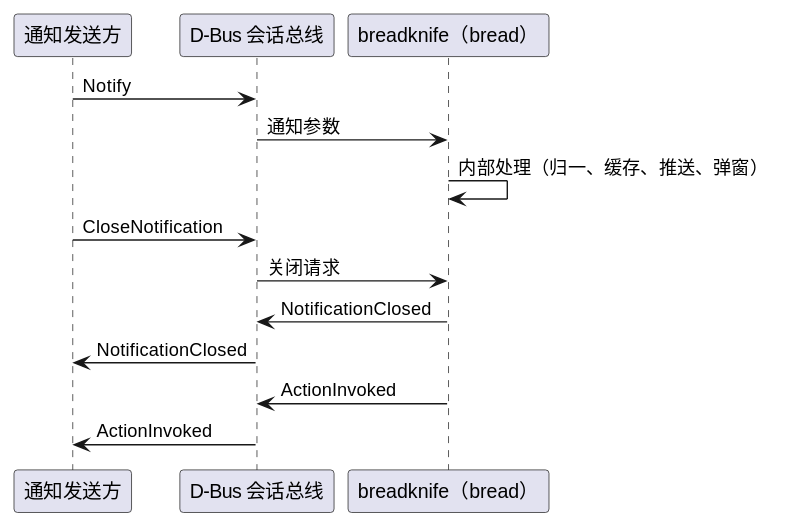
Before: diagram/breadknife-notification.svg, a diagram exported from PlantUML (54m43lJ/BreadKnife).
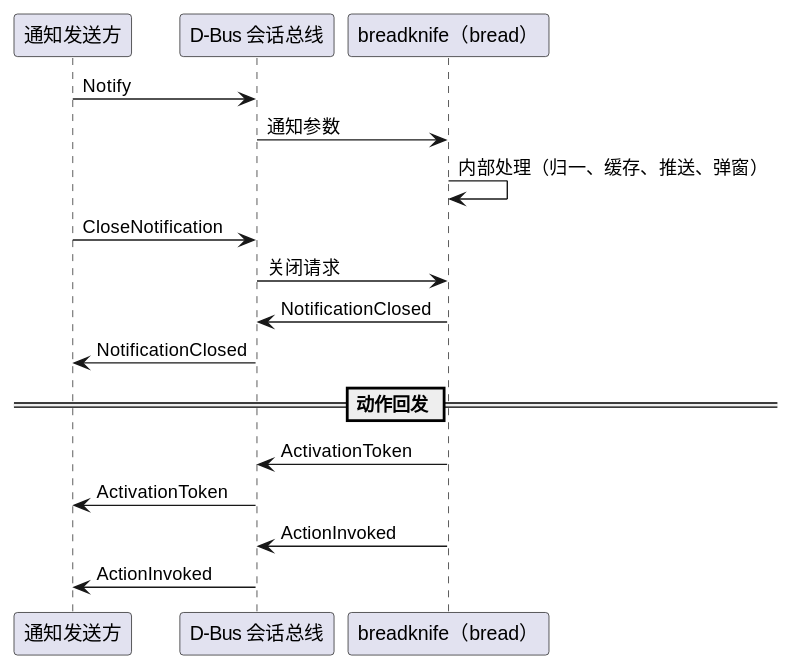
The same file after the commit.

Change to the diagram source:
```diff
@@ -10,6 +10,9 @@
 bus -> bread: 关闭请求
 bread -> bus: NotificationClosed
 bus -> app: NotificationClosed
+== 动作回发 ==
+bread -> bus: ActivationToken
+bus -> app: ActivationToken
 bread -> bus: ActionInvoked
 bus -> app: ActionInvoked
 @enduml
```
